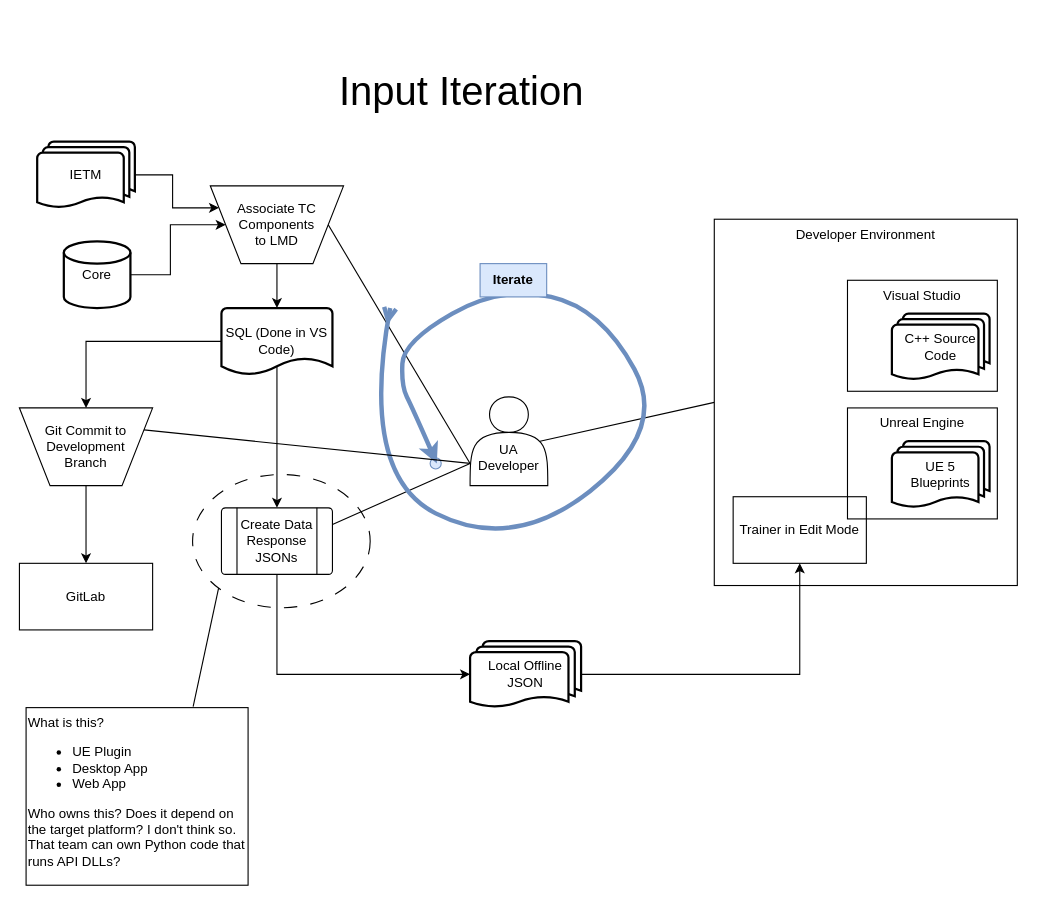
Earlier version of the draw.io diagram IETM Based Workflows/UA Developer - Add training data NEW v1.drawio (Bspeirtorch/draw). Source tidied: cells renumbered, new cells numbered last; positions are measured from the earlier drawing's top-left corner, leaving out a move shared by most shapes. Both pictures are drawn from the tidied source at 111%, with x=0, y=0 at pixel (19, 74).
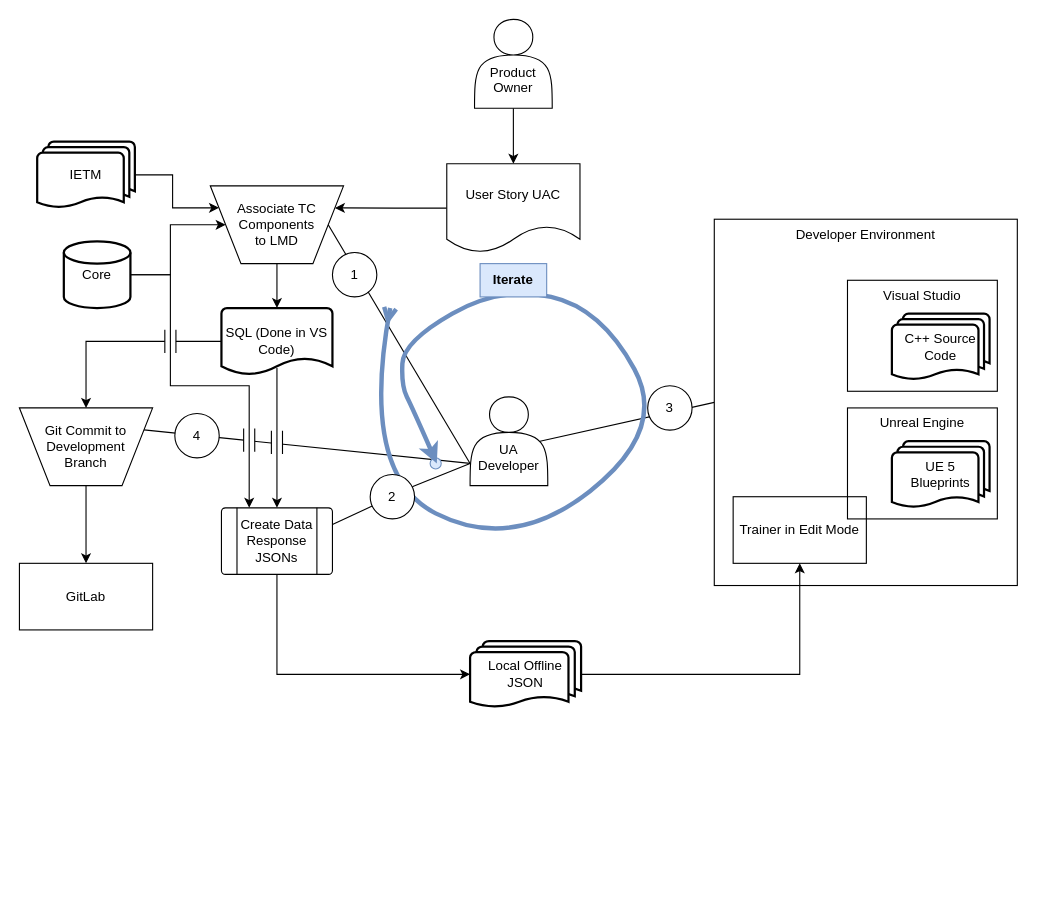
The same diagram, later.

The change refers to these unchanged cells:
```xml
<mxCell id="8" value="Core" style="strokeWidth=2;html=1;shape=mxgraph.flowchart.database;whiteSpace=wrap;" parent="1" vertex="1">
  <mxGeometry x="40" y="150" width="60" height="60" as="geometry" />
</mxCell>
<mxCell id="12" value="Associate TC Components&lt;br&gt;to LMD" style="verticalLabelPosition=middle;verticalAlign=middle;html=1;shape=trapezoid;perimeter=trapezoidPerimeter;whiteSpace=wrap;size=0.23;arcSize=10;flipV=1;labelPosition=center;align=center;" parent="1" vertex="1">
  <mxGeometry x="172" y="100" width="120" height="70" as="geometry" />
</mxCell>
<mxCell id="19" value="SQL (Done in VS Code)" style="strokeWidth=2;html=1;shape=mxgraph.flowchart.document2;whiteSpace=wrap;size=0.25;" parent="1" vertex="1">
  <mxGeometry x="182" y="210" width="100" height="60" as="geometry" />
</mxCell>
<mxCell id="21" value="Create Data Response JSONs" style="verticalLabelPosition=middle;verticalAlign=middle;html=1;shape=process;whiteSpace=wrap;rounded=1;size=0.14;arcSize=6;labelPosition=center;align=center;" parent="1" vertex="1">
  <mxGeometry x="182" y="390" width="100" height="60" as="geometry" />
</mxCell>
<mxCell id="27" value="Git Commit to Development&lt;br&gt;Branch" style="verticalLabelPosition=middle;verticalAlign=middle;html=1;shape=trapezoid;perimeter=trapezoidPerimeter;whiteSpace=wrap;size=0.23;arcSize=10;flipV=1;labelPosition=center;align=center;" parent="1" vertex="1">
  <mxGeometry y="300" width="120" height="70" as="geometry" />
</mxCell>
```

Change to the diagram source:
```diff
@@
-    <mxCell id="2" style="ellipse;whiteSpace=wrap;html=1;fillColor=none;dashed=1;dashPattern=12 12;" parent="1" vertex="1">
-      <mxGeometry x="156" y="360" width="160" height="120" as="geometry" />
-    </mxCell>
+    <mxCell id="28" style="endArrow=none;html=1;rounded=0;exitX=1;exitY=0.25;exitDx=0;exitDy=0;" parent="1" edge="1" source="27">
+      <mxGeometry relative="1" as="geometry">
+        <mxPoint x="406" y="350" as="targetPoint" />
+      </mxGeometry>
+    </mxCell>
@@
-    <mxCell id="4" style="endArrow=none;html=1;rounded=0;exitX=0;exitY=1;exitDx=0;exitDy=0;endFill=0;entryX=0.75;entryY=0;entryDx=0;entryDy=0;" parent="1" edge="1" source="2" target="5">
-      <mxGeometry relative="1" as="geometry" />
-    </mxCell>
-    <mxCell id="5" value="What is this?&lt;br&gt;&lt;ul&gt;&lt;li&gt;&lt;span style=&quot;background-color: initial;&quot;&gt;UE Plugin&lt;/span&gt;&lt;/li&gt;&lt;li&gt;&lt;span style=&quot;background-color: initial;&quot;&gt;Desktop App&lt;/span&gt;&lt;/li&gt;&lt;li&gt;&lt;span style=&quot;background-color: initial;&quot;&gt;Web App&lt;/span&gt;&lt;/li&gt;&lt;/ul&gt;&lt;div&gt;Who owns this? Does it depend on the target platform? I don't think so.&lt;br&gt;That team can own Python code that runs API DLLs?&lt;/div&gt;" style="text;html=1;strokeColor=default;fillColor=none;align=left;verticalAlign=top;whiteSpace=wrap;rounded=0;labelPosition=center;verticalLabelPosition=middle;perimeterSpacing=1;" parent="1" vertex="1">
-      <mxGeometry x="6" y="570" width="200" height="160" as="geometry" />
-    </mxCell>
@@
-    <mxCell id="15" value="Input Iteration" style="text;html=1;strokeColor=none;fillColor=none;align=center;verticalAlign=middle;whiteSpace=wrap;rounded=0;fontSize=36;" parent="1" vertex="1">
-      <mxGeometry x="266" width="265" height="30" as="geometry" />
-    </mxCell>
@@
-    <mxCell id="17" style="edgeStyle=orthogonalEdgeStyle;rounded=0;jettySize=auto;html=1;exitX=0.5;exitY=0.75;exitDx=0;exitDy=0;exitPerimeter=0;entryX=0.5;entryY=0;entryDx=0;entryDy=0;" parent="1" edge="1" source="19" target="21">
-      <mxGeometry relative="1" as="geometry" />
-    </mxCell>
-    <mxCell id="18" style="edgeStyle=orthogonalEdgeStyle;rounded=0;jettySize=auto;html=1;exitX=0;exitY=0.5;exitDx=0;exitDy=0;exitPerimeter=0;" parent="1" edge="1" source="19" target="27">
+    <mxCell id="18" style="edgeStyle=orthogonalEdgeStyle;rounded=0;jettySize=auto;html=1;exitX=0;exitY=0.5;exitDx=0;exitDy=0;exitPerimeter=0;entryX=0.5;entryY=0;entryDx=0;entryDy=0;" parent="1" edge="1" source="19" target="27">
       <mxGeometry relative="1" as="geometry" />
     </mxCell>
@@
-    <mxCell id="22" style="endArrow=none;html=1;rounded=0;exitX=1;exitY=0.25;exitDx=0;exitDy=0;" parent="1" edge="1" source="21">
+    <mxCell id="22" style="endArrow=none;html=1;rounded=0;exitX=1;exitY=0.25;exitDx=0;exitDy=0;" parent="1" edge="1" source="44">
       <mxGeometry relative="1" as="geometry">
         <mxPoint x="406" y="350" as="targetPoint" />
       </mxGeometry>
     </mxCell>
@@
-    <mxCell id="28" style="endArrow=none;html=1;rounded=0;exitX=1;exitY=0.25;exitDx=0;exitDy=0;" parent="1" edge="1" source="27">
-      <mxGeometry relative="1" as="geometry">
-        <mxPoint x="406" y="350" as="targetPoint" />
-      </mxGeometry>
-    </mxCell>
@@
+    <mxCell id="41" value="1" style="ellipse;whiteSpace=wrap;html=1;" parent="1" vertex="1">
+      <mxGeometry x="282" y="160" width="40" height="40" as="geometry" />
+    </mxCell>
+    <mxCell id="42" value="3" style="ellipse;whiteSpace=wrap;html=1;" parent="1" vertex="1">
+      <mxGeometry x="566" y="280" width="40" height="40" as="geometry" />
+    </mxCell>
+    <mxCell id="43" style="endArrow=none;html=1;rounded=0;exitX=1;exitY=0.25;exitDx=0;exitDy=0;" parent="1" edge="1" source="21" target="44">
+      <mxGeometry relative="1" as="geometry" />
+    </mxCell>
+    <mxCell id="44" value="2" style="ellipse;whiteSpace=wrap;html=1;" parent="1" vertex="1">
+      <mxGeometry x="316" y="360" width="40" height="40" as="geometry" />
+    </mxCell>
+    <mxCell id="45" value="4" style="ellipse;whiteSpace=wrap;html=1;" parent="1" vertex="1">
+      <mxGeometry x="140" y="305" width="40" height="40" as="geometry" />
+    </mxCell>
+    <mxCell id="46" style="shape=partialRectangle;whiteSpace=wrap;html=1;top=0;bottom=0;fillColor=default;" parent="1" vertex="1">
+      <mxGeometry x="131" y="230" width="10" height="20" as="geometry" />
+    </mxCell>
+    <mxCell id="47" style="shape=partialRectangle;whiteSpace=wrap;html=1;top=0;bottom=0;fillColor=default;" parent="1" vertex="1">
+      <mxGeometry x="227" y="321" width="10" height="20" as="geometry" />
+    </mxCell>
+    <mxCell id="48" style="shape=partialRectangle;whiteSpace=wrap;html=1;top=0;bottom=0;fillColor=default;" parent="1" vertex="1">
+      <mxGeometry x="202" y="319" width="10" height="20" as="geometry" />
+    </mxCell>
+    <mxCell id="49" style="edgeStyle=orthogonalEdgeStyle;rounded=0;jettySize=auto;html=1;exitX=1;exitY=0.5;exitDx=0;exitDy=0;exitPerimeter=0;entryX=0.25;entryY=0;entryDx=0;entryDy=0;" parent="1" edge="1" source="8" target="21">
+      <mxGeometry relative="1" as="geometry">
+        <Array as="points">
+          <mxPoint x="136" y="180" />
+          <mxPoint x="136" y="280" />
+          <mxPoint x="207" y="280" />
+        </Array>
+      </mxGeometry>
+    </mxCell>
+    <mxCell id="17" style="edgeStyle=orthogonalEdgeStyle;rounded=0;jettySize=auto;html=1;entryX=0.5;entryY=0;entryDx=0;entryDy=0;exitX=0.5;exitY=0.9;exitDx=0;exitDy=0;exitPerimeter=0;" parent="1" edge="1" source="19" target="21">
+      <mxGeometry relative="1" as="geometry" />
+    </mxCell>
+    <mxCell id="50" style="edgeStyle=orthogonalEdgeStyle;rounded=0;jettySize=auto;html=1;exitX=0.5;exitY=1;exitDx=0;exitDy=0;entryX=0.5;entryY=0;entryDx=0;entryDy=0;" parent="1" edge="1" source="51" target="53">
+      <mxGeometry relative="1" as="geometry" />
+    </mxCell>
+    <mxCell id="51" value="&lt;br&gt;&lt;br&gt;Product Owner" style="shape=actor;whiteSpace=wrap;html=1;labelPosition=center;verticalLabelPosition=middle;align=center;verticalAlign=middle;" parent="1" vertex="1">
+      <mxGeometry x="410" y="-50" width="70" height="80" as="geometry" />
+    </mxCell>
+    <mxCell id="52" style="edgeStyle=orthogonalEdgeStyle;rounded=0;jettySize=auto;html=1;exitX=0;exitY=0.5;exitDx=0;exitDy=0;entryX=1;entryY=0.25;entryDx=0;entryDy=0;" parent="1" edge="1" source="53" target="12">
+      <mxGeometry relative="1" as="geometry" />
+    </mxCell>
+    <mxCell id="53" value="User Story UAC" style="shape=document;whiteSpace=wrap;html=1;boundedLbl=1;" parent="1" vertex="1">
+      <mxGeometry x="385" y="80" width="120" height="80" as="geometry" />
+    </mxCell>
```
